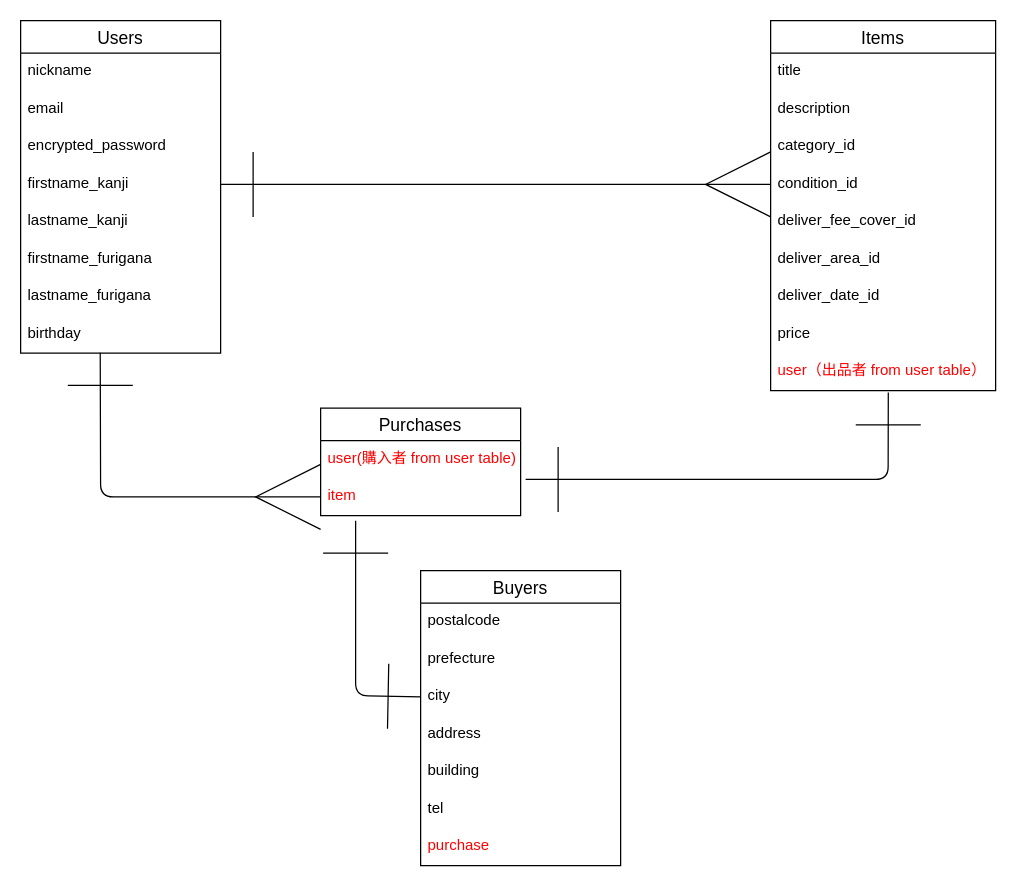
Above: ER.dio in NguyenRyo/furima-37330 (draw.io), before the change. Source tidied: cells renumbered, new cells numbered last; positions are measured from the earlier drawing's top-left corner, leaving out a move shared by most shapes. Both pictures are drawn from the tidied source at 125%, with x=0, y=0 at pixel (20, 20).
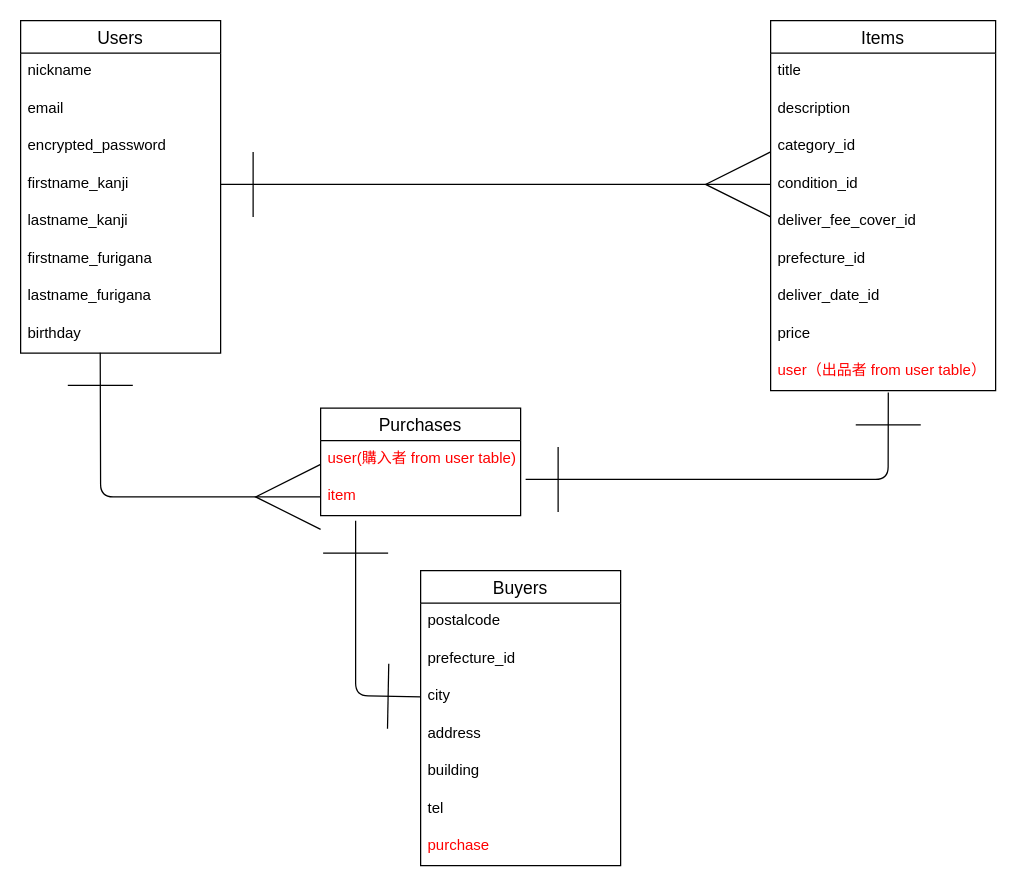
The same page after the edit.

Commit message (it also covers changes not shown here):
#3データベース設計修正

The change refers to these unchanged cells:
```xml
<mxCell id="11" value="Items" style="swimlane;fontStyle=0;horizontal=1;startSize=26;align=center;fontSize=14;" parent="1" vertex="1">
  <mxGeometry x="600" width="180" height="296" as="geometry" />
</mxCell>
<mxCell id="25" value="Buyers" style="swimlane;fontStyle=0;horizontal=1;startSize=26;align=center;fontSize=14;" parent="1" vertex="1">
  <mxGeometry x="320" y="440" width="160" height="236" as="geometry" />
</mxCell>
```

What changed in the source:
```diff
@@
-    <mxCell id="17" value="deliver_area_id" style="text;strokeColor=none;fillColor=none;spacingLeft=4;spacingRight=4;overflow=hidden;fontSize=12;" parent="11" vertex="1">
+    <mxCell id="17" value="prefecture_id" style="text;strokeColor=none;fillColor=none;spacingLeft=4;spacingRight=4;overflow=hidden;fontSize=12;" parent="11" vertex="1">
       <mxGeometry y="176" width="180" height="30" as="geometry" />
     </mxCell>
@@
-    <mxCell id="27" value="prefecture    " style="text;strokeColor=none;fillColor=none;spacingLeft=4;spacingRight=4;overflow=hidden;fontSize=12;" parent="25" vertex="1">
+    <mxCell id="27" value="prefecture_id" style="text;strokeColor=none;fillColor=none;spacingLeft=4;spacingRight=4;overflow=hidden;fontSize=12;" parent="25" vertex="1">
       <mxGeometry y="56" width="160" height="30" as="geometry" />
     </mxCell>
```
